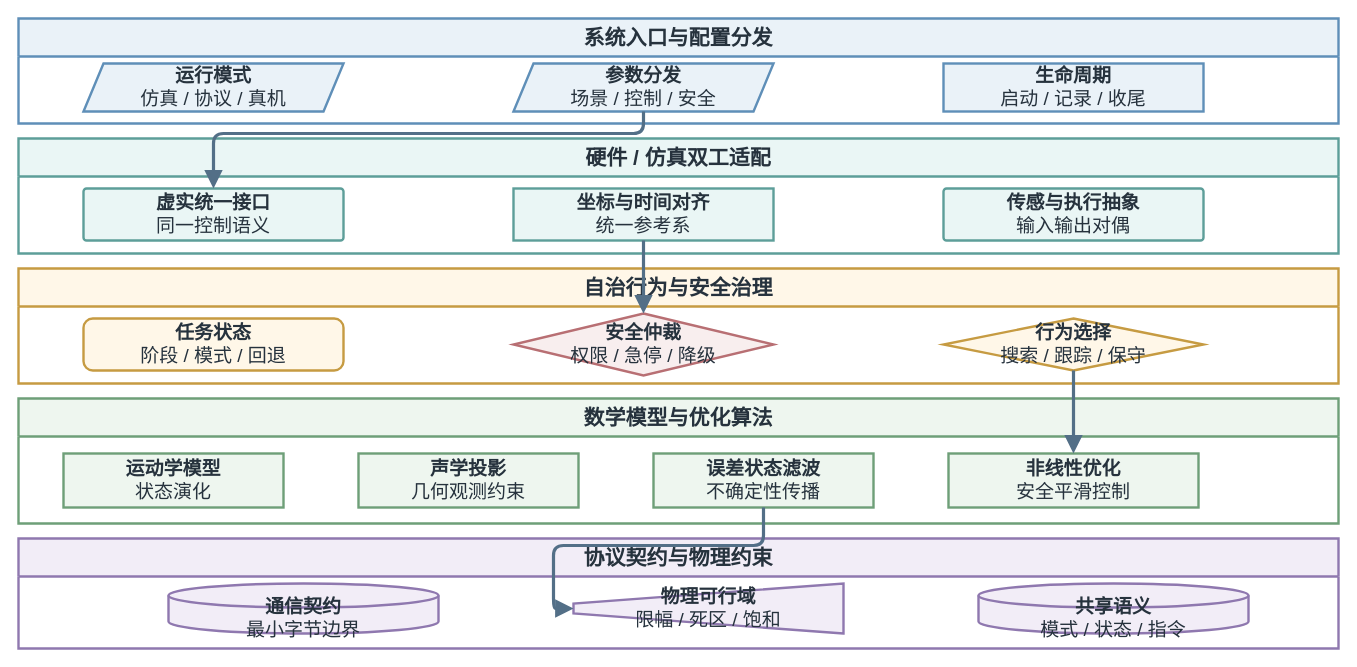
The draw.io diagram thesis/figures/architecture/auv_v2_five_layer_functional_architecture.drawio in 360ZMEM/AUV-Master-Mag, before the edit. Source tidied: cells renumbered, new cells numbered last; positions are measured from the earlier drawing's top-left corner, leaving out a move shared by most shapes. Both pictures are drawn from the tidied source at 100%, with x=0, y=0 at pixel (18, 18).
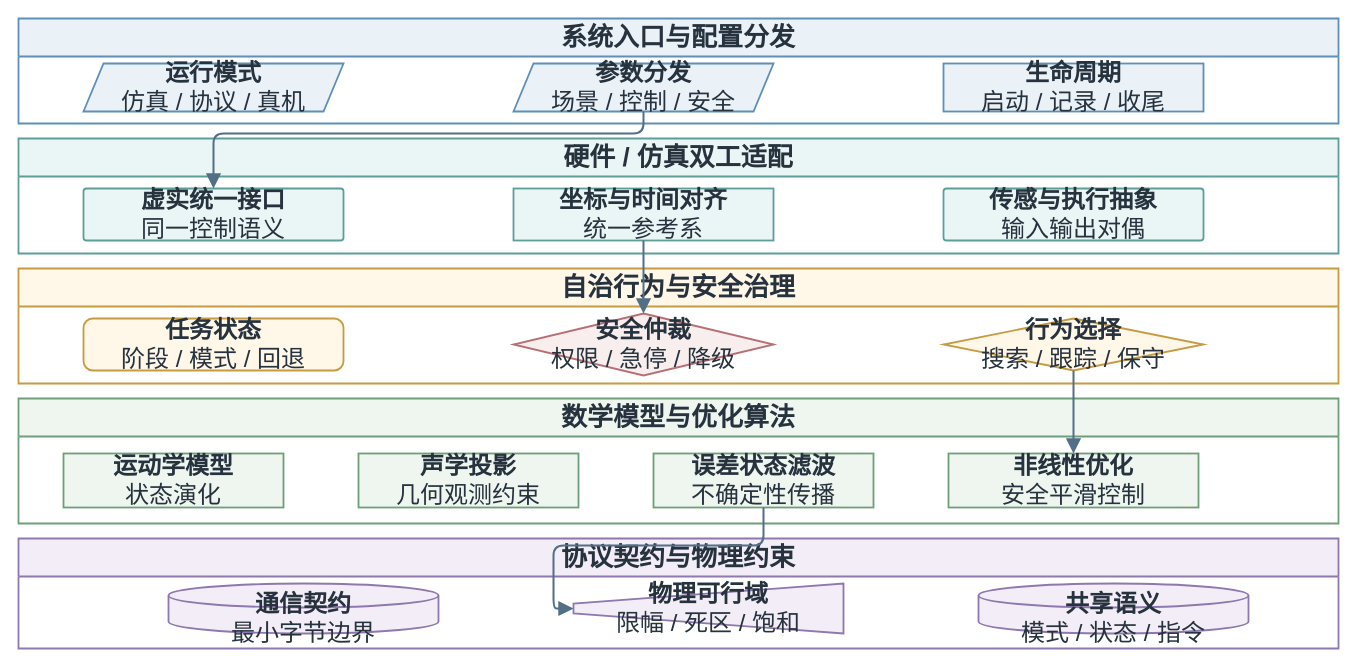
The same diagram, later.

The edit, as a diff of the source:
```diff
@@
-    <mxCell id="2" value="系统入口与配置分发" style="swimlane;whiteSpace=wrap;html=1;startSize=38;rounded=0;fillColor=#EAF2F8;strokeColor=#5F8FB8;strokeWidth=2.4;fontFamily=Songti SC;fontSize=21;fontStyle=1;fontColor=#26323D;" parent="1" vertex="1">
+    <mxCell id="2" value="系统入口与配置分发" style="swimlane;whiteSpace=wrap;html=1;startSize=38;rounded=0;fillColor=#EAF2F8;strokeColor=#5F8FB8;strokeWidth=1.8;fontFamily=Songti SC;fontSize=26;fontStyle=1;fontColor=#26323D;" parent="1" vertex="1">
       <mxGeometry width="1320" height="105" as="geometry" />
     </mxCell>
-    <mxCell id="3" value="硬件 / 仿真双工适配" style="swimlane;whiteSpace=wrap;html=1;startSize=38;rounded=0;fillColor=#EAF6F5;strokeColor=#5D9E99;strokeWidth=2.4;fontFamily=Songti SC;fontSize=21;fontStyle=1;fontColor=#26323D;" parent="1" vertex="1">
+    <mxCell id="3" value="硬件 / 仿真双工适配" style="swimlane;whiteSpace=wrap;html=1;startSize=38;rounded=0;fillColor=#EAF6F5;strokeColor=#5D9E99;strokeWidth=1.8;fontFamily=Songti SC;fontSize=26;fontStyle=1;fontColor=#26323D;" parent="1" vertex="1">
       <mxGeometry y="120" width="1320" height="115" as="geometry" />
     </mxCell>
-    <mxCell id="4" value="自治行为与安全治理" style="swimlane;whiteSpace=wrap;html=1;startSize=38;rounded=0;fillColor=#FFF7E8;strokeColor=#C69B42;strokeWidth=2.4;fontFamily=Songti SC;fontSize=21;fontStyle=1;fontColor=#26323D;" parent="1" vertex="1">
+    <mxCell id="4" value="自治行为与安全治理" style="swimlane;whiteSpace=wrap;html=1;startSize=38;rounded=0;fillColor=#FFF7E8;strokeColor=#C69B42;strokeWidth=1.8;fontFamily=Songti SC;fontSize=26;fontStyle=1;fontColor=#26323D;" parent="1" vertex="1">
       <mxGeometry y="250" width="1320" height="115" as="geometry" />
     </mxCell>
-    <mxCell id="5" value="数学模型与优化算法" style="swimlane;whiteSpace=wrap;html=1;startSize=38;rounded=0;fillColor=#EEF6EF;strokeColor=#6E9F78;strokeWidth=2.4;fontFamily=Songti SC;fontSize=21;fontStyle=1;fontColor=#26323D;" parent="1" vertex="1">
+    <mxCell id="5" value="数学模型与优化算法" style="swimlane;whiteSpace=wrap;html=1;startSize=38;rounded=0;fillColor=#EEF6EF;strokeColor=#6E9F78;strokeWidth=1.8;fontFamily=Songti SC;fontSize=26;fontStyle=1;fontColor=#26323D;" parent="1" vertex="1">
       <mxGeometry y="380" width="1320" height="125" as="geometry" />
     </mxCell>
-    <mxCell id="6" value="协议契约与物理约束" style="swimlane;whiteSpace=wrap;html=1;startSize=38;rounded=0;fillColor=#F2EDF7;strokeColor=#8F78AF;strokeWidth=2.4;fontFamily=Songti SC;fontSize=21;fontStyle=1;fontColor=#26323D;" parent="1" vertex="1">
+    <mxCell id="6" value="协议契约与物理约束" style="swimlane;whiteSpace=wrap;html=1;startSize=38;rounded=0;fillColor=#F2EDF7;strokeColor=#8F78AF;strokeWidth=1.8;fontFamily=Songti SC;fontSize=26;fontStyle=1;fontColor=#26323D;" parent="1" vertex="1">
       <mxGeometry y="520" width="1320" height="110" as="geometry" />
     </mxCell>
-    <mxCell id="7" value="&lt;b&gt;运行模式&lt;/b&gt;&lt;br&gt;仿真 / 协议 / 真机" style="shape=parallelogram;perimeter=parallelogramPerimeter;fixedSize=1;whiteSpace=wrap;html=1;align=center;verticalAlign=middle;fillColor=#EAF2F8;strokeColor=#5F8FB8;strokeWidth=2.4;spacing=8;fontFamily=Songti SC;fontSize=19;fontColor=#26323D;" parent="2" vertex="1">
+    <mxCell id="7" value="&lt;b&gt;运行模式&lt;/b&gt;&lt;br&gt;仿真 / 协议 / 真机" style="shape=parallelogram;perimeter=parallelogramPerimeter;fixedSize=1;whiteSpace=wrap;html=1;align=center;verticalAlign=middle;fillColor=#EAF2F8;strokeColor=#5F8FB8;strokeWidth=1.8;spacing=8;fontFamily=Songti SC;fontSize=24;fontColor=#26323D;" parent="2" vertex="1">
       <mxGeometry x="65" y="45" width="260" height="48" as="geometry" />
     </mxCell>
-    <mxCell id="8" value="&lt;b&gt;参数分发&lt;/b&gt;&lt;br&gt;场景 / 控制 / 安全" style="shape=parallelogram;perimeter=parallelogramPerimeter;fixedSize=1;whiteSpace=wrap;html=1;align=center;verticalAlign=middle;fillColor=#EAF2F8;strokeColor=#5F8FB8;strokeWidth=2.4;spacing=8;fontFamily=Songti SC;fontSize=19;fontColor=#26323D;" parent="2" vertex="1">
+    <mxCell id="8" value="&lt;b&gt;参数分发&lt;/b&gt;&lt;br&gt;场景 / 控制 / 安全" style="shape=parallelogram;perimeter=parallelogramPerimeter;fixedSize=1;whiteSpace=wrap;html=1;align=center;verticalAlign=middle;fillColor=#EAF2F8;strokeColor=#5F8FB8;strokeWidth=1.8;spacing=8;fontFamily=Songti SC;fontSize=24;fontColor=#26323D;" parent="2" vertex="1">
       <mxGeometry x="495" y="45" width="260" height="48" as="geometry" />
     </mxCell>
-    <mxCell id="9" value="&lt;b&gt;生命周期&lt;/b&gt;&lt;br&gt;启动 / 记录 / 收尾" style="rounded=0;whiteSpace=wrap;html=1;align=center;verticalAlign=middle;fillColor=#EAF2F8;strokeColor=#5F8FB8;strokeWidth=2.4;spacing=8;fontFamily=Songti SC;fontSize=19;fontColor=#26323D;" parent="2" vertex="1">
+    <mxCell id="9" value="&lt;b&gt;生命周期&lt;/b&gt;&lt;br&gt;启动 / 记录 / 收尾" style="rounded=0;whiteSpace=wrap;html=1;align=center;verticalAlign=middle;fillColor=#EAF2F8;strokeColor=#5F8FB8;strokeWidth=1.8;spacing=8;fontFamily=Songti SC;fontSize=24;fontColor=#26323D;" parent="2" vertex="1">
       <mxGeometry x="925" y="45" width="260" height="48" as="geometry" />
     </mxCell>
-    <mxCell id="10" value="&lt;b&gt;虚实统一接口&lt;/b&gt;&lt;br&gt;同一控制语义" style="rounded=1;arcSize=6;whiteSpace=wrap;html=1;align=center;verticalAlign=middle;fillColor=#EAF6F5;strokeColor=#5D9E99;strokeWidth=2.4;spacing=8;fontFamily=Songti SC;fontSize=19;fontColor=#26323D;" parent="3" vertex="1">
+    <mxCell id="10" value="&lt;b&gt;虚实统一接口&lt;/b&gt;&lt;br&gt;同一控制语义" style="rounded=1;arcSize=6;whiteSpace=wrap;html=1;align=center;verticalAlign=middle;fillColor=#EAF6F5;strokeColor=#5D9E99;strokeWidth=1.8;spacing=8;fontFamily=Songti SC;fontSize=24;fontColor=#26323D;" parent="3" vertex="1">
       <mxGeometry x="65" y="50" width="260" height="52" as="geometry" />
     </mxCell>
-    <mxCell id="11" value="&lt;b&gt;坐标与时间对齐&lt;/b&gt;&lt;br&gt;统一参考系" style="rounded=0;whiteSpace=wrap;html=1;align=center;verticalAlign=middle;fillColor=#EAF6F5;strokeColor=#5D9E99;strokeWidth=2.4;spacing=8;fontFamily=Songti SC;fontSize=19;fontColor=#26323D;" parent="3" vertex="1">
+    <mxCell id="11" value="&lt;b&gt;坐标与时间对齐&lt;/b&gt;&lt;br&gt;统一参考系" style="rounded=0;whiteSpace=wrap;html=1;align=center;verticalAlign=middle;fillColor=#EAF6F5;strokeColor=#5D9E99;strokeWidth=1.8;spacing=8;fontFamily=Songti SC;fontSize=24;fontColor=#26323D;" parent="3" vertex="1">
       <mxGeometry x="495" y="50" width="260" height="52" as="geometry" />
     </mxCell>
-    <mxCell id="12" value="&lt;b&gt;传感与执行抽象&lt;/b&gt;&lt;br&gt;输入输出对偶" style="rounded=1;arcSize=6;whiteSpace=wrap;html=1;align=center;verticalAlign=middle;fillColor=#EAF6F5;strokeColor=#5D9E99;strokeWidth=2.4;spacing=8;fontFamily=Songti SC;fontSize=19;fontColor=#26323D;" parent="3" vertex="1">
+    <mxCell id="12" value="&lt;b&gt;传感与执行抽象&lt;/b&gt;&lt;br&gt;输入输出对偶" style="rounded=1;arcSize=6;whiteSpace=wrap;html=1;align=center;verticalAlign=middle;fillColor=#EAF6F5;strokeColor=#5D9E99;strokeWidth=1.8;spacing=8;fontFamily=Songti SC;fontSize=24;fontColor=#26323D;" parent="3" vertex="1">
       <mxGeometry x="925" y="50" width="260" height="52" as="geometry" />
     </mxCell>
-    <mxCell id="13" value="&lt;b&gt;任务状态&lt;/b&gt;&lt;br&gt;阶段 / 模式 / 回退" style="rounded=1;arcSize=18;whiteSpace=wrap;html=1;align=center;verticalAlign=middle;fillColor=#FFF7E8;strokeColor=#C69B42;strokeWidth=2.4;spacing=8;fontFamily=Songti SC;fontSize=19;fontColor=#26323D;" parent="4" vertex="1">
+    <mxCell id="13" value="&lt;b&gt;任务状态&lt;/b&gt;&lt;br&gt;阶段 / 模式 / 回退" style="rounded=1;arcSize=18;whiteSpace=wrap;html=1;align=center;verticalAlign=middle;fillColor=#FFF7E8;strokeColor=#C69B42;strokeWidth=1.8;spacing=8;fontFamily=Songti SC;fontSize=24;fontColor=#26323D;" parent="4" vertex="1">
       <mxGeometry x="65" y="50" width="260" height="52" as="geometry" />
     </mxCell>
-    <mxCell id="14" value="&lt;b&gt;安全仲裁&lt;/b&gt;&lt;br&gt;权限 / 急停 / 降级" style="rhombus;whiteSpace=wrap;html=1;align=center;verticalAlign=middle;fillColor=#F8EEEE;strokeColor=#B86F73;strokeWidth=2.4;spacing=8;fontFamily=Songti SC;fontSize=19;fontColor=#26323D;" parent="4" vertex="1">
+    <mxCell id="14" value="&lt;b&gt;安全仲裁&lt;/b&gt;&lt;br&gt;权限 / 急停 / 降级" style="rhombus;whiteSpace=wrap;html=1;align=center;verticalAlign=middle;fillColor=#F8EEEE;strokeColor=#B86F73;strokeWidth=1.8;spacing=8;fontFamily=Songti SC;fontSize=24;fontColor=#26323D;" parent="4" vertex="1">
       <mxGeometry x="495" y="45" width="260" height="62" as="geometry" />
     </mxCell>
-    <mxCell id="15" value="&lt;b&gt;行为选择&lt;/b&gt;&lt;br&gt;搜索 / 跟踪 / 保守" style="rhombus;whiteSpace=wrap;html=1;align=center;verticalAlign=middle;fillColor=#FFF7E8;strokeColor=#C69B42;strokeWidth=2.4;spacing=8;fontFamily=Songti SC;fontSize=19;fontColor=#26323D;" parent="4" vertex="1">
+    <mxCell id="15" value="&lt;b&gt;行为选择&lt;/b&gt;&lt;br&gt;搜索 / 跟踪 / 保守" style="rhombus;whiteSpace=wrap;html=1;align=center;verticalAlign=middle;fillColor=#FFF7E8;strokeColor=#C69B42;strokeWidth=1.8;spacing=8;fontFamily=Songti SC;fontSize=24;fontColor=#26323D;" parent="4" vertex="1">
       <mxGeometry x="925" y="50" width="260" height="52" as="geometry" />
     </mxCell>
-    <mxCell id="16" value="&lt;b&gt;运动学模型&lt;/b&gt;&lt;br&gt;状态演化" style="rounded=0;whiteSpace=wrap;html=1;align=center;verticalAlign=middle;fillColor=#EEF6EF;strokeColor=#6E9F78;strokeWidth=2.4;spacing=8;fontFamily=Songti SC;fontSize=19;fontColor=#26323D;" parent="5" vertex="1">
+    <mxCell id="16" value="&lt;b&gt;运动学模型&lt;/b&gt;&lt;br&gt;状态演化" style="rounded=0;whiteSpace=wrap;html=1;align=center;verticalAlign=middle;fillColor=#EEF6EF;strokeColor=#6E9F78;strokeWidth=1.8;spacing=8;fontFamily=Songti SC;fontSize=24;fontColor=#26323D;" parent="5" vertex="1">
       <mxGeometry x="45" y="55" width="220" height="54" as="geometry" />
     </mxCell>
-    <mxCell id="17" value="&lt;b&gt;声学投影&lt;/b&gt;&lt;br&gt;几何观测约束" style="rounded=0;whiteSpace=wrap;html=1;align=center;verticalAlign=middle;fillColor=#EEF6EF;strokeColor=#6E9F78;strokeWidth=2.4;spacing=8;fontFamily=Songti SC;fontSize=19;fontColor=#26323D;" parent="5" vertex="1">
+    <mxCell id="17" value="&lt;b&gt;声学投影&lt;/b&gt;&lt;br&gt;几何观测约束" style="rounded=0;whiteSpace=wrap;html=1;align=center;verticalAlign=middle;fillColor=#EEF6EF;strokeColor=#6E9F78;strokeWidth=1.8;spacing=8;fontFamily=Songti SC;fontSize=24;fontColor=#26323D;" parent="5" vertex="1">
       <mxGeometry x="340" y="55" width="220" height="54" as="geometry" />
     </mxCell>
-    <mxCell id="18" value="&lt;b&gt;误差状态滤波&lt;/b&gt;&lt;br&gt;不确定性传播" style="rounded=0;whiteSpace=wrap;html=1;align=center;verticalAlign=middle;fillColor=#EEF6EF;strokeColor=#6E9F78;strokeWidth=2.4;spacing=8;fontFamily=Songti SC;fontSize=19;fontColor=#26323D;" parent="5" vertex="1">
+    <mxCell id="18" value="&lt;b&gt;误差状态滤波&lt;/b&gt;&lt;br&gt;不确定性传播" style="rounded=0;whiteSpace=wrap;html=1;align=center;verticalAlign=middle;fillColor=#EEF6EF;strokeColor=#6E9F78;strokeWidth=1.8;spacing=8;fontFamily=Songti SC;fontSize=24;fontColor=#26323D;" parent="5" vertex="1">
       <mxGeometry x="635" y="55" width="220" height="54" as="geometry" />
     </mxCell>
-    <mxCell id="19" value="&lt;b&gt;非线性优化&lt;/b&gt;&lt;br&gt;安全平滑控制" style="rounded=0;whiteSpace=wrap;html=1;align=center;verticalAlign=middle;fillColor=#EEF6EF;strokeColor=#6E9F78;strokeWidth=2.4;spacing=8;fontFamily=Songti SC;fontSize=19;fontColor=#26323D;" parent="5" vertex="1">
+    <mxCell id="19" value="&lt;b&gt;非线性优化&lt;/b&gt;&lt;br&gt;安全平滑控制" style="rounded=0;whiteSpace=wrap;html=1;align=center;verticalAlign=middle;fillColor=#EEF6EF;strokeColor=#6E9F78;strokeWidth=1.8;spacing=8;fontFamily=Songti SC;fontSize=24;fontColor=#26323D;" parent="5" vertex="1">
       <mxGeometry x="930" y="55" width="250" height="54" as="geometry" />
     </mxCell>
-    <mxCell id="20" value="&lt;b&gt;通信契约&lt;/b&gt;&lt;br&gt;最小字节边界" style="shape=cylinder3;boundedLbl=1;backgroundOutline=1;size=12;whiteSpace=wrap;html=1;align=center;verticalAlign=middle;fillColor=#F2EDF7;strokeColor=#8F78AF;strokeWidth=2.4;spacing=8;fontFamily=Songti SC;fontSize=19;fontColor=#26323D;" parent="6" vertex="1">
+    <mxCell id="20" value="&lt;b&gt;通信契约&lt;/b&gt;&lt;br&gt;最小字节边界" style="shape=cylinder3;boundedLbl=1;backgroundOutline=1;size=12;whiteSpace=wrap;html=1;align=center;verticalAlign=middle;fillColor=#F2EDF7;strokeColor=#8F78AF;strokeWidth=1.8;spacing=8;fontFamily=Songti SC;fontSize=24;fontColor=#26323D;" parent="6" vertex="1">
       <mxGeometry x="150" y="45" width="270" height="50" as="geometry" />
     </mxCell>
-    <mxCell id="21" value="&lt;b&gt;物理可行域&lt;/b&gt;&lt;br&gt;限幅 / 死区 / 饱和" style="shape=trapezoid;perimeter=trapezoidPerimeter;fixedSize=1;direction=north;whiteSpace=wrap;html=1;align=center;verticalAlign=middle;fillColor=#F2EDF7;strokeColor=#8F78AF;strokeWidth=2.4;spacing=8;fontFamily=Songti SC;fontSize=19;fontColor=#26323D;" parent="6" vertex="1">
+    <mxCell id="21" value="&lt;b&gt;物理可行域&lt;/b&gt;&lt;br&gt;限幅 / 死区 / 饱和" style="shape=trapezoid;perimeter=trapezoidPerimeter;fixedSize=1;direction=north;whiteSpace=wrap;html=1;align=center;verticalAlign=middle;fillColor=#F2EDF7;strokeColor=#8F78AF;strokeWidth=1.8;spacing=8;fontFamily=Songti SC;fontSize=24;fontColor=#26323D;" parent="6" vertex="1">
       <mxGeometry x="555" y="45" width="270" height="50" as="geometry" />
     </mxCell>
-    <mxCell id="22" value="&lt;b&gt;共享语义&lt;/b&gt;&lt;br&gt;模式 / 状态 / 指令" style="shape=cylinder3;boundedLbl=1;backgroundOutline=1;size=12;whiteSpace=wrap;html=1;align=center;verticalAlign=middle;fillColor=#F2EDF7;strokeColor=#8F78AF;strokeWidth=2.4;spacing=8;fontFamily=Songti SC;fontSize=19;fontColor=#26323D;" parent="6" vertex="1">
+    <mxCell id="22" value="&lt;b&gt;共享语义&lt;/b&gt;&lt;br&gt;模式 / 状态 / 指令" style="shape=cylinder3;boundedLbl=1;backgroundOutline=1;size=12;whiteSpace=wrap;html=1;align=center;verticalAlign=middle;fillColor=#F2EDF7;strokeColor=#8F78AF;strokeWidth=1.8;spacing=8;fontFamily=Songti SC;fontSize=24;fontColor=#26323D;" parent="6" vertex="1">
       <mxGeometry x="960" y="45" width="270" height="50" as="geometry" />
     </mxCell>
-    <mxCell id="23" style="edgeStyle=orthogonalEdgeStyle;rounded=1;jettySize=auto;html=1;strokeColor=#536F87;strokeWidth=3.2;fontFamily=Songti SC;fontSize=18;fontStyle=1;fontColor=#25384A;labelBackgroundColor=#FFFFFF;labelBorderColor=none;endArrow=block;endFill=1;endSize=10;exitX=0.5;exitY=1;entryX=0.5;entryY=0;" parent="1" edge="1" source="8" target="10">
+    <mxCell id="23" style="edgeStyle=orthogonalEdgeStyle;rounded=1;jettySize=auto;html=1;strokeColor=#536F87;strokeWidth=2.0;fontFamily=Songti SC;fontSize=20;fontStyle=1;fontColor=#25384A;labelBackgroundColor=#FFFFFF;labelBorderColor=none;endArrow=block;endFill=1;endSize=10;exitX=0.5;exitY=1;entryX=0.5;entryY=0;" parent="1" edge="1" source="8" target="10">
       <mxGeometry relative="1" as="geometry">
         <Array as="points">
           <mxPoint x="595" y="115" />
           <mxPoint x="165" y="115" />
         </Array>
       </mxGeometry>
     </mxCell>
-    <mxCell id="24" style="edgeStyle=orthogonalEdgeStyle;rounded=1;jettySize=auto;html=1;strokeColor=#536F87;strokeWidth=3.2;fontFamily=Songti SC;fontSize=18;fontStyle=1;fontColor=#25384A;labelBackgroundColor=#FFFFFF;labelBorderColor=none;endArrow=block;endFill=1;endSize=10;exitX=0.5;exitY=1;entryX=0.5;entryY=0;" parent="1" edge="1" source="11" target="14">
+    <mxCell id="24" style="edgeStyle=orthogonalEdgeStyle;rounded=1;jettySize=auto;html=1;strokeColor=#536F87;strokeWidth=2.0;fontFamily=Songti SC;fontSize=20;fontStyle=1;fontColor=#25384A;labelBackgroundColor=#FFFFFF;labelBorderColor=none;endArrow=block;endFill=1;endSize=10;exitX=0.5;exitY=1;entryX=0.5;entryY=0;" parent="1" edge="1" source="11" target="14">
       <mxGeometry relative="1" as="geometry" />
     </mxCell>
-    <mxCell id="25" style="edgeStyle=orthogonalEdgeStyle;rounded=1;jettySize=auto;html=1;strokeColor=#536F87;strokeWidth=3.2;fontFamily=Songti SC;fontSize=18;fontStyle=1;fontColor=#25384A;labelBackgroundColor=#FFFFFF;labelBorderColor=none;endArrow=block;endFill=1;endSize=10;exitX=0.5;exitY=1;entryX=0.5;entryY=0;" parent="1" edge="1" source="15" target="19">
+    <mxCell id="25" style="edgeStyle=orthogonalEdgeStyle;rounded=1;jettySize=auto;html=1;strokeColor=#536F87;strokeWidth=2.0;fontFamily=Songti SC;fontSize=20;fontStyle=1;fontColor=#25384A;labelBackgroundColor=#FFFFFF;labelBorderColor=none;endArrow=block;endFill=1;endSize=10;exitX=0.5;exitY=1;entryX=0.5;entryY=0;" parent="1" edge="1" source="15" target="19">
       <mxGeometry relative="1" as="geometry" />
     </mxCell>
-    <mxCell id="26" style="edgeStyle=orthogonalEdgeStyle;rounded=1;jettySize=auto;html=1;strokeColor=#536F87;strokeWidth=3.2;fontFamily=Songti SC;fontSize=18;fontStyle=1;fontColor=#25384A;labelBackgroundColor=#FFFFFF;labelBorderColor=none;endArrow=block;endFill=1;endSize=10;exitX=0.5;exitY=1;entryX=0.5;entryY=0;" parent="1" edge="1" source="18" target="21">
+    <mxCell id="26" style="edgeStyle=orthogonalEdgeStyle;rounded=1;jettySize=auto;html=1;strokeColor=#536F87;strokeWidth=2.0;fontFamily=Songti SC;fontSize=20;fontStyle=1;fontColor=#25384A;labelBackgroundColor=#FFFFFF;labelBorderColor=none;endArrow=block;endFill=1;endSize=10;exitX=0.5;exitY=1;entryX=0.5;entryY=0;" parent="1" edge="1" source="18" target="21">
       <mxGeometry relative="1" as="geometry" />
     </mxCell>
```
